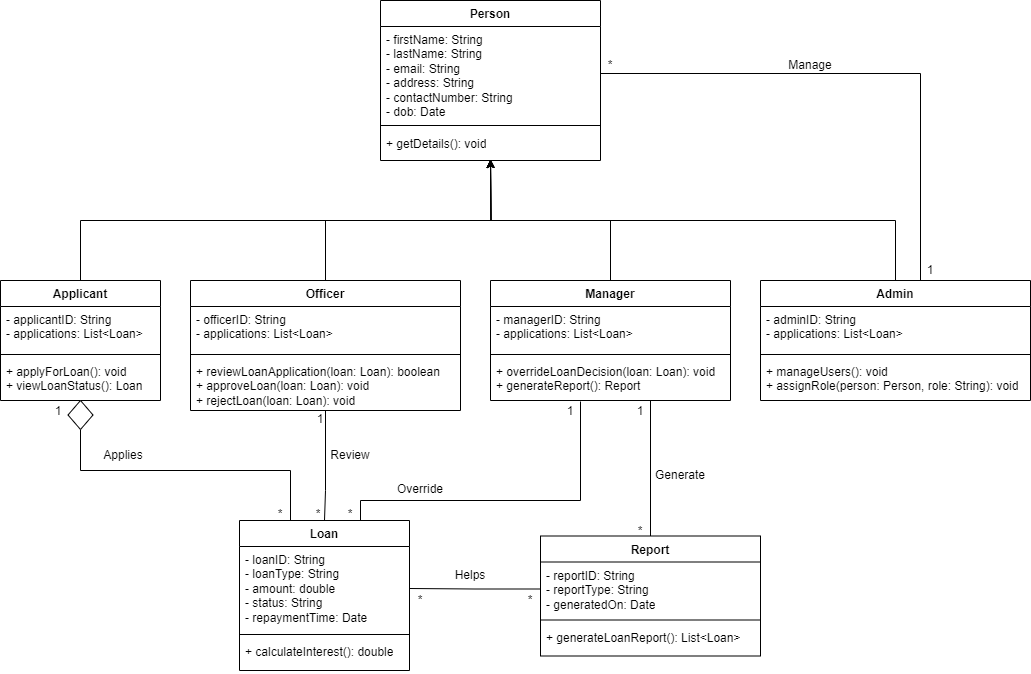
jp2004jay/Sem-5 keeps this draw.io diagram as software engineering/Diagrams/Class Diagram/Class Diagram.drawio.png. Above is the earlier version. Source tidied: cells renumbered, new cells last; positions are measured from the earlier drawing's top-left corner, leaving out a move shared by most shapes.
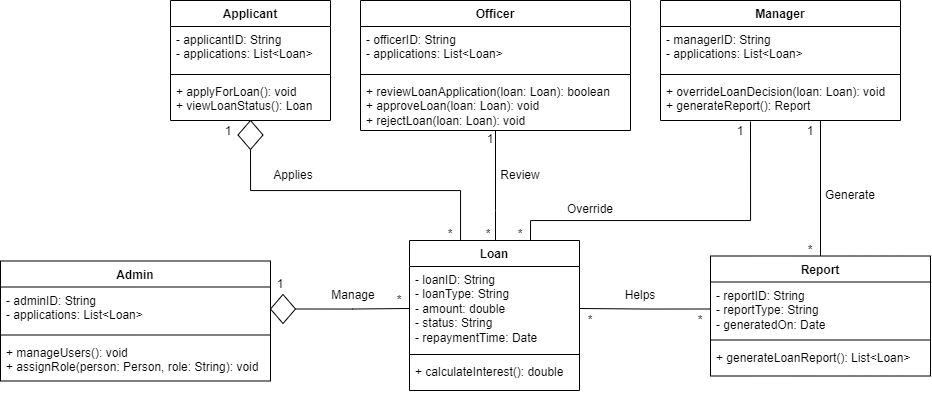
After the commit.

Change to the diagram source:
```diff
@@ -2,23 +2,6 @@
   <root>
     <mxCell id="0" />
     <mxCell id="1" parent="0" />
-    <mxCell id="2" value="Person" style="swimlane;fontStyle=1;align=center;verticalAlign=top;horizontal=1;startSize=26;whiteSpace=wrap;html=1;" parent="1" vertex="1">
-      <mxGeometry x="380" width="220" height="160" as="geometry" />
-    </mxCell>
-    <mxCell id="3" value="- firstName: String&lt;div&gt;- lastName: String&lt;/div&gt;&lt;div&gt;- email: String&lt;/div&gt;&lt;div&gt;- address: String&lt;/div&gt;&lt;div&gt;- contactNumber: String&lt;/div&gt;&lt;div&gt;- dob: Date&lt;/div&gt;" style="text;strokeColor=none;fillColor=none;align=left;verticalAlign=top;spacingLeft=4;spacingRight=4;overflow=hidden;points=[[0,0.5],[1,0.5]];portConstraint=eastwest;whiteSpace=wrap;html=1;" parent="2" vertex="1">
-      <mxGeometry y="26" width="220" height="94" as="geometry" />
-    </mxCell>
-    <mxCell id="4" style="line;strokeWidth=1;fillColor=none;align=left;verticalAlign=middle;spacingTop=-1;spacingLeft=3;spacingRight=3;labelPosition=right;strokeColor=inherit;" parent="2" vertex="1">
-      <mxGeometry y="120" width="220" height="10" as="geometry" />
-    </mxCell>
-    <mxCell id="5" value="+ getDetails(): void" style="text;strokeColor=none;fillColor=none;align=left;verticalAlign=top;spacingLeft=4;spacingRight=4;overflow=hidden;whiteSpace=wrap;html=1;" parent="2" vertex="1">
-      <mxGeometry y="130" width="220" height="30" as="geometry" />
-    </mxCell>
-    <mxCell id="6" style="edgeStyle=orthogonalEdgeStyle;rounded=0;jettySize=auto;html=1;exitX=0.5;exitY=0;exitDx=0;exitDy=0;entryX=0.5;entryY=1;entryDx=0;entryDy=0;" parent="1" edge="1" source="7">
-      <mxGeometry relative="1" as="geometry">
-        <mxPoint x="490" y="159" as="targetPoint" />
-      </mxGeometry>
-    </mxCell>
     <mxCell id="7" value="Applicant" style="swimlane;fontStyle=1;align=center;verticalAlign=top;horizontal=1;startSize=26;whiteSpace=wrap;html=1;" parent="1" vertex="1">
       <mxGeometry y="280" width="160" height="120" as="geometry" />
     </mxCell>
@@ -31,11 +14,6 @@
     <mxCell id="10" value="+ applyForLoan(): void&lt;div&gt;+ viewLoanStatus(): Loan&lt;/div&gt;" style="text;strokeColor=none;fillColor=none;align=left;verticalAlign=top;spacingLeft=4;spacingRight=4;overflow=hidden;whiteSpace=wrap;html=1;" parent="7" vertex="1">
       <mxGeometry y="78" width="160" height="42" as="geometry" />
     </mxCell>
-    <mxCell id="11" style="edgeStyle=orthogonalEdgeStyle;rounded=0;jettySize=auto;html=1;exitX=0.5;exitY=0;exitDx=0;exitDy=0;entryX=0.5;entryY=1;entryDx=0;entryDy=0;" parent="1" edge="1" source="12">
-      <mxGeometry relative="1" as="geometry">
-        <mxPoint x="490" y="159" as="targetPoint" />
-      </mxGeometry>
-    </mxCell>
     <mxCell id="12" value="Officer" style="swimlane;fontStyle=1;align=center;verticalAlign=top;horizontal=1;startSize=26;whiteSpace=wrap;html=1;" parent="1" vertex="1">
       <mxGeometry x="190" y="280" width="270" height="130" as="geometry" />
     </mxCell>
@@ -48,11 +26,6 @@
     <mxCell id="15" value="+ reviewLoanApplication(loan: Loan): boolean&lt;div&gt;+ approveLoan(loan: Loan): void&lt;/div&gt;&lt;div&gt;+ rejectLoan(loan: Loan): void&lt;/div&gt;" style="text;strokeColor=none;fillColor=none;align=left;verticalAlign=top;spacingLeft=4;spacingRight=4;overflow=hidden;whiteSpace=wrap;html=1;" parent="12" vertex="1">
       <mxGeometry y="78" width="270" height="52" as="geometry" />
     </mxCell>
-    <mxCell id="16" style="edgeStyle=orthogonalEdgeStyle;rounded=0;jettySize=auto;html=1;exitX=0.5;exitY=0;exitDx=0;exitDy=0;entryX=0.5;entryY=1;entryDx=0;entryDy=0;" parent="1" edge="1" source="17">
-      <mxGeometry relative="1" as="geometry">
-        <mxPoint x="490" y="159" as="targetPoint" />
-      </mxGeometry>
-    </mxCell>
     <mxCell id="17" value="Manager" style="swimlane;fontStyle=1;align=center;verticalAlign=top;horizontal=1;startSize=26;whiteSpace=wrap;html=1;" parent="1" vertex="1">
       <mxGeometry x="490" y="280" width="240" height="120" as="geometry" />
     </mxCell>
@@ -65,22 +38,8 @@
     <mxCell id="20" value="+ overrideLoanDecision(loan: Loan): void&lt;div&gt;+ generateReport(): Report&lt;/div&gt;" style="text;strokeColor=none;fillColor=none;align=left;verticalAlign=top;spacingLeft=4;spacingRight=4;overflow=hidden;whiteSpace=wrap;html=1;" parent="17" vertex="1">
       <mxGeometry y="78" width="240" height="42" as="geometry" />
     </mxCell>
-    <mxCell id="21" style="edgeStyle=orthogonalEdgeStyle;rounded=0;jettySize=auto;html=1;exitX=0.5;exitY=0;exitDx=0;exitDy=0;entryX=0.5;entryY=1;entryDx=0;entryDy=0;" parent="1" edge="1" source="23">
-      <mxGeometry relative="1" as="geometry">
-        <mxPoint x="490" y="159" as="targetPoint" />
-      </mxGeometry>
-    </mxCell>
-    <mxCell id="22" style="edgeStyle=orthogonalEdgeStyle;rounded=0;jettySize=auto;html=1;exitX=0.599;exitY=0.02;exitDx=0;exitDy=0;entryX=1;entryY=0.5;entryDx=0;entryDy=0;exitPerimeter=0;endArrow=none;endFill=0;" parent="1" edge="1" source="23" target="3">
-      <mxGeometry relative="1" as="geometry">
-        <Array as="points">
-          <mxPoint x="922" y="280" />
-          <mxPoint x="920" y="280" />
-          <mxPoint x="920" y="73" />
-        </Array>
-      </mxGeometry>
-    </mxCell>
     <mxCell id="23" value="Admin" style="swimlane;fontStyle=1;align=center;verticalAlign=top;horizontal=1;startSize=26;whiteSpace=wrap;html=1;" parent="1" vertex="1">
-      <mxGeometry x="760" y="280" width="270" height="120" as="geometry" />
+      <mxGeometry x="-170" y="540.5" width="270" height="120" as="geometry" />
     </mxCell>
     <mxCell id="24" value="- adminID: String&lt;div&gt;- applications: List&amp;lt;Loan&amp;gt;&lt;/div&gt;" style="text;strokeColor=none;fillColor=none;align=left;verticalAlign=top;spacingLeft=4;spacingRight=4;overflow=hidden;points=[[0,0.5],[1,0.5]];portConstraint=eastwest;whiteSpace=wrap;html=1;" parent="23" vertex="1">
       <mxGeometry y="26" width="270" height="44" as="geometry" />
@@ -199,14 +158,23 @@
     <mxCell id="55" value="Generate" style="text;html=1;align=center;verticalAlign=middle;whiteSpace=wrap;rounded=0;" parent="1" vertex="1">
       <mxGeometry x="650" y="460" width="60" height="30" as="geometry" />
     </mxCell>
+    <mxCell id="59" style="edgeStyle=orthogonalEdgeStyle;rounded=0;jettySize=auto;html=1;exitX=1;exitY=0.5;exitDx=0;exitDy=0;entryX=0;entryY=0.5;entryDx=0;entryDy=0;endArrow=none;endFill=0;" parent="1" edge="1" source="61" target="28">
+      <mxGeometry relative="1" as="geometry" />
+    </mxCell>
+    <mxCell id="60" style="edgeStyle=orthogonalEdgeStyle;rounded=0;jettySize=auto;html=1;exitX=1;exitY=0.5;exitDx=0;exitDy=0;entryX=0;entryY=0.5;entryDx=0;entryDy=0;" parent="1" edge="1" source="24" target="61">
+      <mxGeometry relative="1" as="geometry" />
+    </mxCell>
+    <mxCell id="61" style="rhombus;whiteSpace=wrap;html=1;" parent="1" vertex="1">
+      <mxGeometry x="100" y="574" width="25" height="29" as="geometry" />
+    </mxCell>
     <mxCell id="56" value="1" style="text;html=1;align=center;verticalAlign=middle;whiteSpace=wrap;rounded=0;" parent="1" vertex="1">
-      <mxGeometry x="920" y="260" width="20" height="20" as="geometry" />
+      <mxGeometry x="100" y="554" width="20" height="20" as="geometry" />
     </mxCell>
+    <mxCell id="58" value="Manage" style="text;html=1;align=center;verticalAlign=middle;whiteSpace=wrap;rounded=0;" parent="1" vertex="1">
+      <mxGeometry x="152.5" y="560" width="60" height="30" as="geometry" />
+    </mxCell>
     <mxCell id="57" value="*" style="text;html=1;align=center;verticalAlign=middle;whiteSpace=wrap;rounded=0;" parent="1" vertex="1">
-      <mxGeometry x="600" y="55" width="20" height="20" as="geometry" />
+      <mxGeometry x="219" y="570" width="20" height="20" as="geometry" />
     </mxCell>
-    <mxCell id="58" value="Manage" style="text;html=1;align=center;verticalAlign=middle;whiteSpace=wrap;rounded=0;" parent="1" vertex="1">
-      <mxGeometry x="780" y="50" width="60" height="30" as="geometry" />
-    </mxCell>
   </root>
 </mxGraphModel>
```
